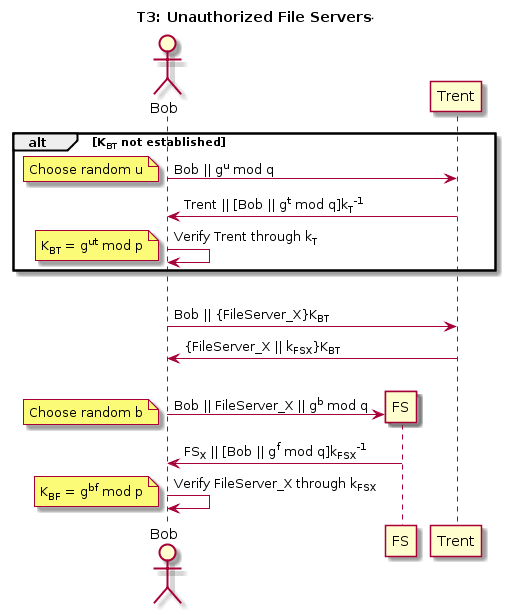
The PlantUML diagram reports/img/T3.png in jondyer/cs1653-2017fa-jbd29-mar257-zds14, before a commit. Its source is kept beside it as reports/img/T3.puml.
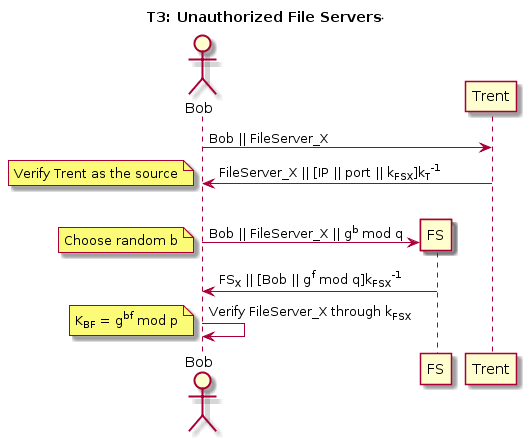
The same diagram one commit later.

What changed in the source:
```diff
@@ -4,18 +4,9 @@
 participant FS
 participant Trent
 
-alt K<sub>BT</sub> not established
-	Bob -> Trent: Bob || g<sup>u</sup> mod q
-	note left: Choose random u
-	Trent -> Bob: Trent || [Bob || g<sup>t</sup> mod q]k<sub>T</sub><sup>-1</sup>
-	Bob -> Bob: Verify Trent through k<sub>T</sub>
-	note left: K<sub>BT</sub> = g<sup>ut</sup> mod p
-end
-
-|||
-
-Bob -> Trent: Bob || {FileServer_X}K<sub>BT</sub>
-Trent -> Bob: {FileServer_X || k<sub>FSX</sub>}K<sub>BT</sub>
+Bob -> Trent: Bob || FileServer_X
+Trent -> Bob: FileServer_X || [IP || port || k<sub>FSX</sub>]k<sub>T</sub><sup>-1</sup>
+note left: Verify Trent as the source
 
 |||
 
```
